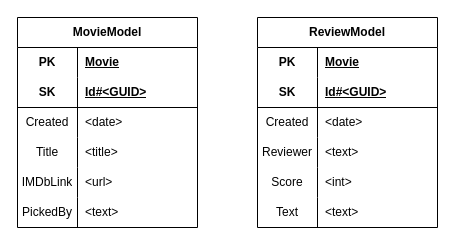
Above: documents/dynamodb-models.drawio in TankSlayer1337/spedrunners (draw.io), before the change. Source tidied: cells renumbered, new cells numbered last; positions are measured from the earlier drawing's top-left corner, leaving out a move shared by most shapes. Both pictures are drawn from the tidied source at 100%, with x=0, y=0 at pixel (17, 17).
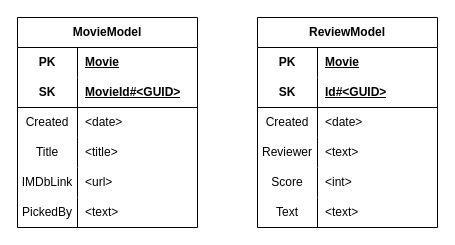
After the change.

The change refers to these unchanged cells:
```xml
<mxCell id="6" style="shape=tableRow;horizontal=0;startSize=0;swimlaneHead=0;swimlaneBody=0;fillColor=none;top=0;left=0;right=0;bottom=1;html=1;" parent="2" vertex="1">
  <mxGeometry y="60" width="180" height="30" as="geometry" />
</mxCell>
```

Change to the diagram source:
```diff
@@
-    <mxCell id="8" value="Id#&amp;lt;GUID&amp;gt;" style="shape=partialRectangle;fillColor=none;top=0;left=0;bottom=0;right=0;align=left;spacingLeft=6;fontStyle=5;overflow=hidden;html=1;whiteSpace=wrap;" parent="6" vertex="1">
+    <mxCell id="8" value="MovieId#&amp;lt;GUID&amp;gt;" style="shape=partialRectangle;fillColor=none;top=0;left=0;bottom=0;right=0;align=left;spacingLeft=6;fontStyle=5;overflow=hidden;html=1;whiteSpace=wrap;" parent="6" vertex="1">
       <mxGeometry x="60" width="120" height="30" as="geometry" />
     </mxCell>
```
